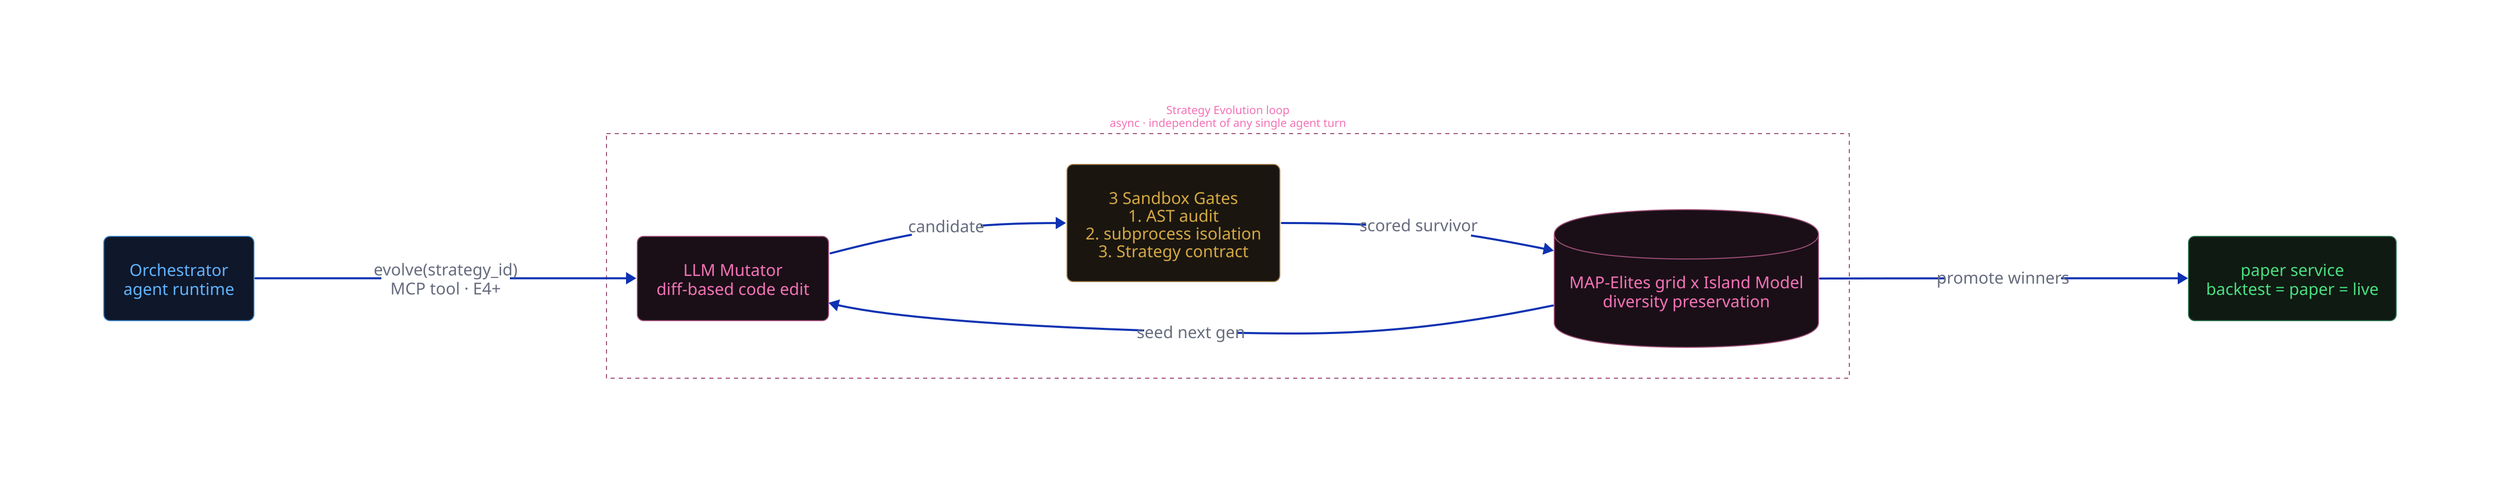
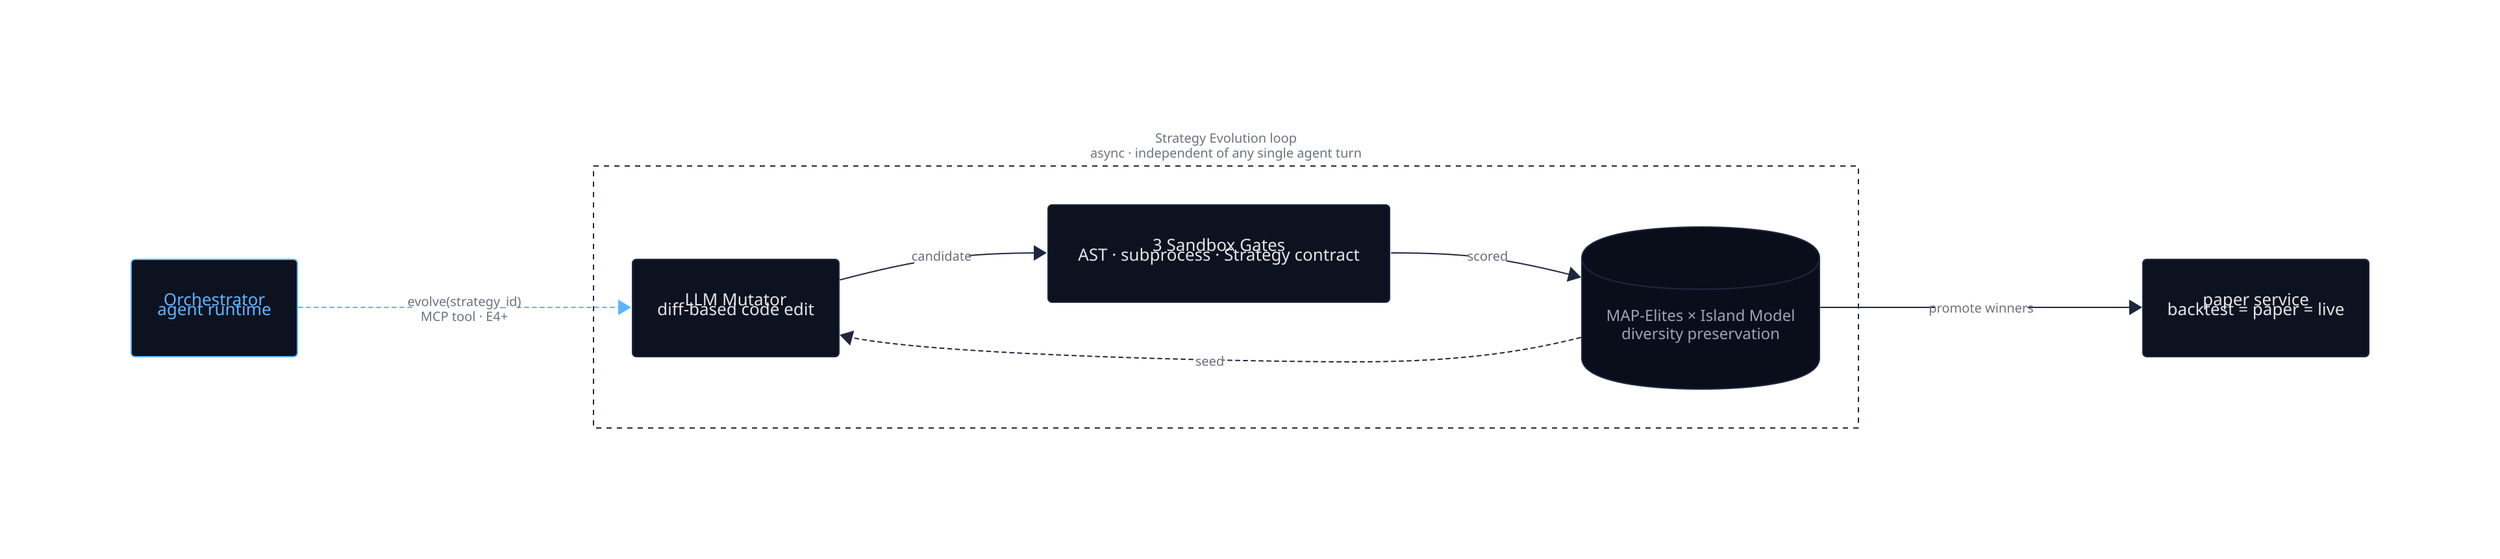
# Inalpha · Strategy Evolution loop (ADR-0020)
- # Style: dark terminal, hairline borders, DESIGN.md color tokens
+ # Aesthetic: engineering schematic · terminal · broadsheet
#
# Regenerate:
- #   d2 --theme=0 --pad=28 assets/strategy-evolution.d2 assets/strategy-evolution.svg
+ #   d2 --theme=0 --pad=32 assets/strategy-evolution.d2 assets/strategy-evolution.svg

direction: right

+ vars: {
+   d2-config: {
+     layout-engine: elk
+     theme-id: 0
+   }
+ }
+ 
classes: {
-   orch: {
+   node: {
    style: {
-       stroke: "#3a7fc2"; stroke-width: 1
-       fill: "#0f172a"; font-color: "#5fb3ff"
-       border-radius: 6
+       stroke: "#1f2740"; stroke-width: 1
+       fill: "#0d1220"; font-color: "#e5e5e7"
+       border-radius: 3; font-size: 13
    }
  }
-   paper: {
+   node-accent: {
    style: {
-       stroke: "#2d6e4e"; stroke-width: 1
-       fill: "#0f1a12"; font-color: "#4ade80"
-       border-radius: 6
+       stroke: "#5fb3ff"; stroke-width: 1
+       fill: "#0d1220"; font-color: "#5fb3ff"
+       border-radius: 3; font-size: 13
    }
  }
-   evo: {
+   cyl: {
    style: {
-       stroke: "#9e4f78"; stroke-width: 1
-       fill: "#1a0f17"; font-color: "#f472b6"
-       border-radius: 6
-     }
-   }
-   gate: {
-     style: {
-       stroke: "#9e7b4b"; stroke-width: 1
-       fill: "#1a160f"; font-color: "#d4a744"
-       border-radius: 6
+       stroke: "#1f2740"; stroke-width: 1
+       fill: "#0a0e1a"; font-color: "#9ba3b4"
+       font-size: 12
    }
  }
  loop: {
    style: {
-       stroke: "#9e4f78"; stroke-width: 1; stroke-dash: 4
-       fill: "transparent"; font-color: "#f472b6"; font-size: 11
+       stroke: "#1f2740"; stroke-width: 1; stroke-dash: 4
+       fill: "transparent"; font-color: "#6b7280"; font-size: 10
    }
  }
}

- orch: "Orchestrator\nagent runtime" { class: orch }
+ orch: "Orchestrator\nagent runtime\n\n" { class: node-accent }

loop: "Strategy Evolution loop\nasync · independent of any single agent turn" {
  class: loop

-   mutator: "LLM Mutator\ndiff-based code edit" { class: evo }
+   mutator: "LLM Mutator\ndiff-based code edit\n\n" { class: node }
+   sbox:    "3 Sandbox Gates\nAST · subprocess · Strategy contract\n\n" { class: node }
+   mape:    "MAP-Elites × Island Model\ndiversity preservation" { class: cyl; shape: cylinder }

-   sbox: "3 Sandbox Gates\n1. AST audit\n2. subprocess isolation\n3. Strategy contract" { class: gate }
- 
-   mape: "MAP-Elites grid x Island Model\ndiversity preservation" {
-     class: evo
-     shape: cylinder
-   }
- 
-   mutator -> sbox: "candidate"
-   sbox -> mape:    "scored survivor"
-   mape -> mutator: "seed next gen"
+   mutator -> sbox: "candidate" { style: { stroke: "#1f2740"; stroke-width: 1; font-size: 10 } }
+   sbox -> mape:    "scored"    { style: { stroke: "#1f2740"; stroke-width: 1; font-size: 10 } }
+   mape -> mutator: "seed"      { style: { stroke: "#1f2740"; stroke-width: 1; stroke-dash: 3; font-size: 10 } }
}

- paper: "paper service\nbacktest = paper = live" { class: paper }
+ paper: "paper service\nbacktest = paper = live\n\n" { class: node }

- orch -> loop.mutator: "evolve(strategy_id)\nMCP tool · E4+"
- loop.mape -> paper:   "promote winners"
+ orch -> loop.mutator: "evolve(strategy_id)\nMCP tool · E4+" { style: { stroke: "#5fb3ff"; stroke-width: 1; stroke-dash: 3; font-color: "#6b7280"; font-size: 10 } }
+ loop.mape -> paper:   "promote winners" { style: { stroke: "#1f2740"; stroke-width: 1; font-color: "#6b7280"; font-size: 10 } }
